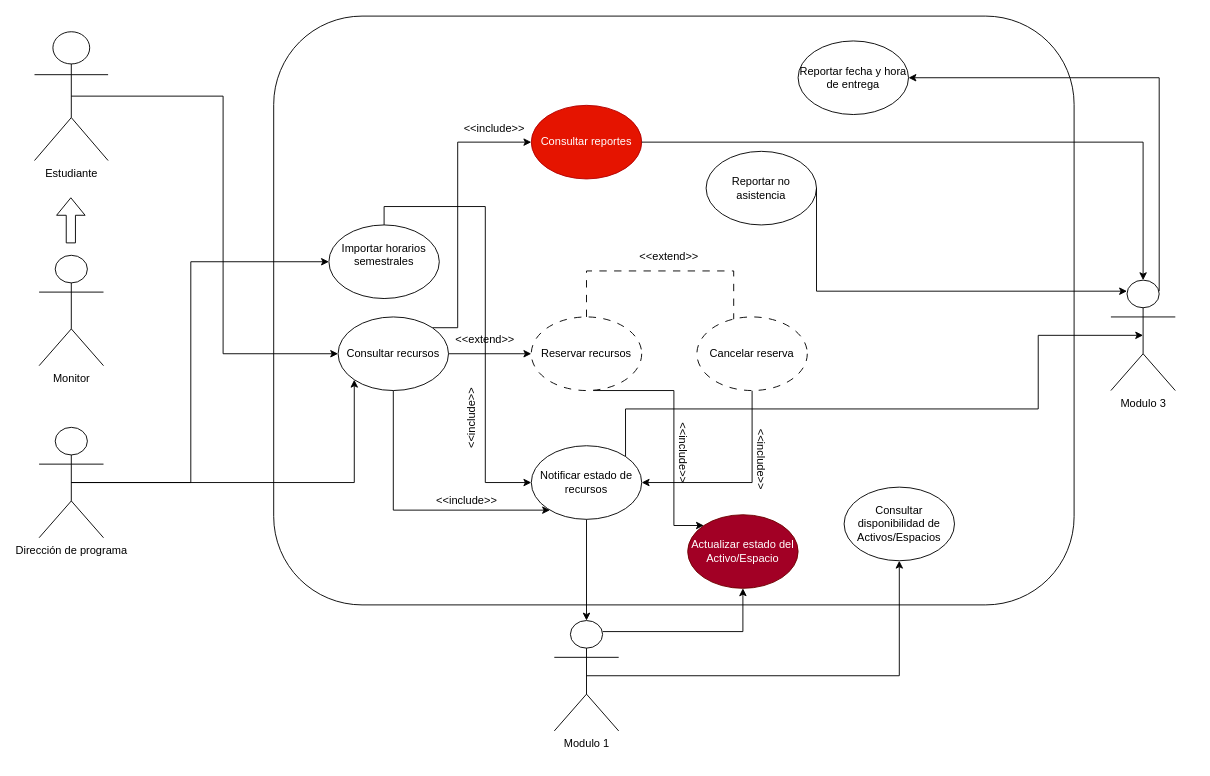
Above: docs/unimag.drawio in codigotpx/ReservasUnimag (draw.io), before the change. Source tidied: cells renumbered, new cells numbered last; positions are measured from the earlier drawing's top-left corner, leaving out a move shared by most shapes. Both pictures are drawn from the tidied source at 92%, with x=0, y=0 at pixel (34, 16).
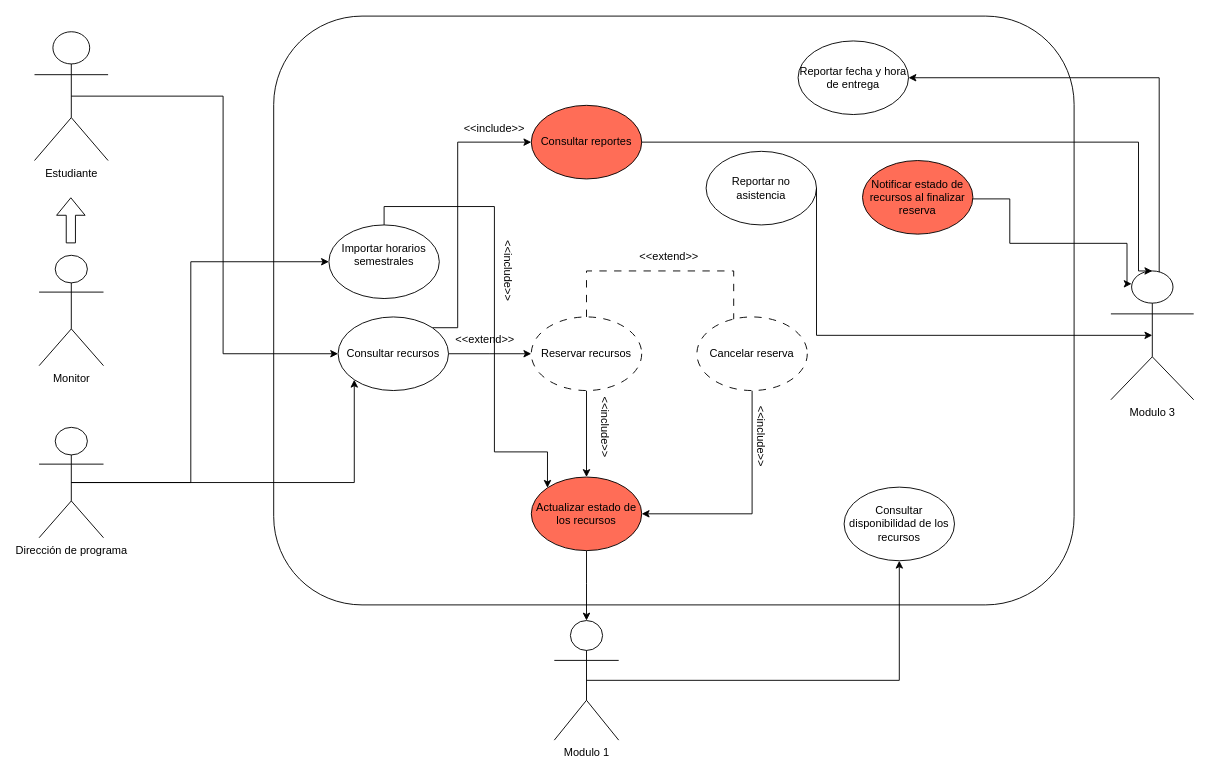
The same diagram, later.

Commit message (it also covers changes not shown here):
Use Case Diagram updated

Unchanged cells that the change refers to:
```xml
<mxCell id="6" value="Importar horarios semestrales&lt;div&gt;&lt;br&gt;&lt;/div&gt;" style="ellipse;whiteSpace=wrap;html=1;shapeInside=1;" parent="1" vertex="1">
  <mxGeometry x="320" y="227" width="120" height="80" as="geometry" />
</mxCell>
<mxCell id="10" value="Consultar recursos" style="ellipse;whiteSpace=wrap;html=1;shapeInside=1;" parent="1" vertex="1">
  <mxGeometry x="330" y="327" width="120" height="80" as="geometry" />
</mxCell>
<mxCell id="19" value="Cancelar reserva" style="ellipse;whiteSpace=wrap;html=1;shapeInside=1;dashed=1;dashPattern=8 8;" parent="1" vertex="1">
  <mxGeometry x="720" y="327" width="120" height="80" as="geometry" />
</mxCell>
<mxCell id="36" value="Reservar recursos" style="ellipse;whiteSpace=wrap;html=1;shapeInside=1;dashed=1;dashPattern=8 8;" parent="1" vertex="1">
  <mxGeometry x="540" y="327" width="120" height="80" as="geometry" />
</mxCell>
<mxCell id="37" value="Reportar no asistencia" style="ellipse;whiteSpace=wrap;html=1;shapeInside=1;" parent="1" vertex="1">
  <mxGeometry x="730" y="147" width="120" height="80" as="geometry" />
</mxCell>
```

What changed in the source:
```diff
@@
-    <mxCell id="5" style="edgeStyle=orthogonalEdgeStyle;rounded=0;jettySize=auto;html=1;exitX=0.5;exitY=0;exitDx=0;exitDy=0;entryX=0;entryY=0.5;entryDx=0;entryDy=0;" parent="1" edge="1" source="6" target="23">
-      <mxGeometry relative="1" as="geometry" />
-    </mxCell>
+    <mxCell id="43" style="edgeStyle=orthogonalEdgeStyle;rounded=0;jettySize=auto;html=1;exitX=0.5;exitY=0;exitDx=0;exitDy=0;entryX=0;entryY=0;entryDx=0;entryDy=0;" parent="1" edge="1" source="6" target="56">
+      <mxGeometry relative="1" as="geometry">
+        <Array as="points">
+          <mxPoint x="379.9" y="207" />
+          <mxPoint x="499.9" y="207" />
+          <mxPoint x="499.9" y="473.7" />
+        </Array>
+      </mxGeometry>
+    </mxCell>
@@
-    <mxCell id="7" style="edgeStyle=orthogonalEdgeStyle;rounded=0;jettySize=auto;html=1;exitX=1;exitY=0.5;exitDx=0;exitDy=0;entryX=0;entryY=0.5;entryDx=0;entryDy=0;" parent="1" edge="1" source="10">
-      <mxGeometry relative="1" as="geometry">
-        <mxPoint x="540" y="367" as="targetPoint" />
-      </mxGeometry>
-    </mxCell>
+    <mxCell id="44" style="edgeStyle=orthogonalEdgeStyle;rounded=0;jettySize=auto;html=1;exitX=1;exitY=0.5;exitDx=0;exitDy=0;entryX=0;entryY=0.5;entryDx=0;entryDy=0;" parent="1" edge="1" source="10">
+      <mxGeometry relative="1" as="geometry">
+        <mxPoint x="540" y="367" as="targetPoint" />
+      </mxGeometry>
+    </mxCell>
@@
-    <mxCell id="9" style="edgeStyle=orthogonalEdgeStyle;rounded=0;jettySize=auto;html=1;exitX=0.5;exitY=1;exitDx=0;exitDy=0;" parent="1" edge="1" source="10" target="23">
-      <mxGeometry relative="1" as="geometry">
-        <Array as="points">
-          <mxPoint x="390" y="537" />
-        </Array>
-      </mxGeometry>
-    </mxCell>
@@
-    <mxCell id="15" style="shape=flexArrow;endArrow=classic;html=1;rounded=0;" parent="1" edge="1">
-      <mxGeometry relative="1" as="geometry">
-        <mxPoint x="39.5" y="247" as="sourcePoint" />
-        <mxPoint x="39.5" y="197" as="targetPoint" />
-      </mxGeometry>
-    </mxCell>
-    <mxCell id="16" style="edgeStyle=orthogonalEdgeStyle;rounded=0;jettySize=auto;html=1;exitX=0.5;exitY=0;exitDx=0;exitDy=0;entryX=0;entryY=0.5;entryDx=0;entryDy=0;dashed=1;endArrow=classic;endFill=1;dashPattern=8 8;" parent="1" edge="1" target="19">
-      <mxGeometry relative="1" as="geometry">
-        <mxPoint x="600" y="327" as="sourcePoint" />
-        <Array as="points">
-          <mxPoint x="600" y="277" />
-          <mxPoint x="760" y="277" />
-          <mxPoint x="760" y="367" />
-        </Array>
-      </mxGeometry>
-    </mxCell>
+    <mxCell id="45" style="shape=flexArrow;endArrow=classic;html=1;rounded=0;" parent="1" edge="1">
+      <mxGeometry relative="1" as="geometry">
+        <mxPoint x="39.5" y="247" as="sourcePoint" />
+        <mxPoint x="39.5" y="197" as="targetPoint" />
+      </mxGeometry>
+    </mxCell>
+    <mxCell id="46" style="edgeStyle=orthogonalEdgeStyle;rounded=0;jettySize=auto;html=1;exitX=0.5;exitY=0;exitDx=0;exitDy=0;entryX=0;entryY=0.5;entryDx=0;entryDy=0;dashed=1;endArrow=classic;endFill=1;dashPattern=8 8;" parent="1" edge="1" target="19">
+      <mxGeometry relative="1" as="geometry">
+        <mxPoint x="600" y="327" as="sourcePoint" />
+        <Array as="points">
+          <mxPoint x="600" y="277" />
+          <mxPoint x="760" y="277" />
+          <mxPoint x="760" y="367" />
+        </Array>
+      </mxGeometry>
+    </mxCell>
@@
-    <mxCell id="18" style="edgeStyle=orthogonalEdgeStyle;rounded=0;jettySize=auto;html=1;exitX=0.5;exitY=1;exitDx=0;exitDy=0;entryX=1;entryY=0.5;entryDx=0;entryDy=0;" parent="1" edge="1" source="19" target="23">
-      <mxGeometry relative="1" as="geometry" />
-    </mxCell>
+    <mxCell id="47" style="edgeStyle=orthogonalEdgeStyle;rounded=0;jettySize=auto;html=1;exitX=0.5;exitY=1;exitDx=0;exitDy=0;entryX=1;entryY=0.5;entryDx=0;entryDy=0;" parent="1" edge="1" source="19" target="56">
+      <mxGeometry relative="1" as="geometry" />
+    </mxCell>
@@
-    <mxCell id="21" style="edgeStyle=orthogonalEdgeStyle;rounded=0;jettySize=auto;html=1;" parent="1" edge="1" source="23" target="26">
-      <mxGeometry relative="1" as="geometry" />
-    </mxCell>
-    <mxCell id="22" style="edgeStyle=orthogonalEdgeStyle;rounded=0;jettySize=auto;html=1;exitX=1;exitY=0;exitDx=0;exitDy=0;entryX=0.5;entryY=0.5;entryDx=0;entryDy=0;entryPerimeter=0;" parent="1" edge="1" source="23" target="31">
-      <mxGeometry relative="1" as="geometry">
-        <Array as="points">
-          <mxPoint x="642.4" y="427" />
-          <mxPoint x="1091" y="427" />
-          <mxPoint x="1091" y="347" />
-        </Array>
-      </mxGeometry>
-    </mxCell>
-    <mxCell id="23" value="&lt;span style=&quot;color: light-dark(rgb(0, 0, 0), rgb(0, 0, 0));&quot;&gt;Notificar estado de recursos&lt;/span&gt;" style="ellipse;whiteSpace=wrap;html=1;shapeInside=1;fillColor=light-dark(#FFFFFF,#FF9281);" parent="1" vertex="1">
-      <mxGeometry x="540" y="467" width="120" height="80" as="geometry" />
-    </mxCell>
-    <mxCell id="24" style="edgeStyle=orthogonalEdgeStyle;rounded=0;jettySize=auto;html=1;exitX=0.75;exitY=0.1;exitDx=0;exitDy=0;exitPerimeter=0;entryX=0.5;entryY=1;entryDx=0;entryDy=0;" parent="1" edge="1" source="26" target="41">
-      <mxGeometry relative="1" as="geometry" />
-    </mxCell>
-    <mxCell id="25" style="edgeStyle=orthogonalEdgeStyle;rounded=0;jettySize=auto;html=1;exitX=0.5;exitY=0.5;exitDx=0;exitDy=0;exitPerimeter=0;entryX=0.5;entryY=1;entryDx=0;entryDy=0;" parent="1" edge="1" source="26" target="40">
-      <mxGeometry relative="1" as="geometry" />
-    </mxCell>
+    <mxCell id="48" style="edgeStyle=orthogonalEdgeStyle;rounded=0;jettySize=auto;html=1;exitX=0.5;exitY=1;exitDx=0;exitDy=0;entryX=0.5;entryY=0;entryDx=0;entryDy=0;entryPerimeter=0;" parent="1" edge="1" source="56" target="26">
+      <mxGeometry relative="1" as="geometry">
+        <Array as="points">
+          <mxPoint x="599.9" y="617" />
+          <mxPoint x="599.9" y="617" />
+        </Array>
+      </mxGeometry>
+    </mxCell>
+    <mxCell id="49" style="edgeStyle=orthogonalEdgeStyle;rounded=0;jettySize=auto;html=1;exitX=1;exitY=0;exitDx=0;exitDy=0;entryX=0.25;entryY=0.1;entryDx=0;entryDy=0;entryPerimeter=0;" parent="1" edge="1" source="50" target="31">
+      <mxGeometry relative="1" as="geometry">
+        <Array as="points">
+          <mxPoint x="1002.4" y="198.7" />
+          <mxPoint x="1060.1" y="198.7" />
+          <mxPoint x="1060.1" y="247" />
+          <mxPoint x="1187.5" y="247" />
+        </Array>
+      </mxGeometry>
+    </mxCell>
+    <mxCell id="50" value="&lt;span style=&quot;color: light-dark(rgb(0, 0, 0), rgb(0, 0, 0));&quot;&gt;Notificar estado de recursos al finalizar reserva&lt;/span&gt;" style="ellipse;whiteSpace=wrap;html=1;shapeInside=1;fillColor=light-dark(#FF6D57,#DA6547);" parent="1" vertex="1">
+      <mxGeometry x="900" y="157" width="120" height="80" as="geometry" />
+    </mxCell>
+    <mxCell id="51" style="edgeStyle=orthogonalEdgeStyle;rounded=0;jettySize=auto;html=1;exitX=0.5;exitY=0.5;exitDx=0;exitDy=0;exitPerimeter=0;entryX=0.5;entryY=1;entryDx=0;entryDy=0;" parent="1" edge="1" source="26" target="55">
+      <mxGeometry relative="1" as="geometry" />
+    </mxCell>
     <mxCell id="26" value="Modulo 1" style="shape=umlActor;verticalLabelPosition=bottom;verticalAlign=top;html=1;outlineConnect=0;" parent="1" vertex="1">
-      <mxGeometry x="565" y="657" width="70" height="120" as="geometry" />
+      <mxGeometry x="565" y="657" width="70" height="130" as="geometry" />
     </mxCell>
-    <mxCell id="27" value="&amp;lt;&amp;lt;include&amp;gt;&amp;gt;" style="text;html=1;whiteSpace=wrap;strokeColor=none;fillColor=none;align=center;verticalAlign=middle;rounded=0;rotation=90;" parent="1" vertex="1">
-      <mxGeometry x="760" y="467" width="60" height="30" as="geometry" />
-    </mxCell>
-    <mxCell id="28" value="&amp;lt;&amp;lt;include&amp;gt;&amp;gt;" style="text;html=1;whiteSpace=wrap;strokeColor=none;fillColor=none;align=center;verticalAlign=middle;rounded=0;rotation=-90;" parent="1" vertex="1">
-      <mxGeometry x="445" y="422" width="60" height="30" as="geometry" />
-    </mxCell>
-    <mxCell id="29" style="edgeStyle=orthogonalEdgeStyle;rounded=0;jettySize=auto;html=1;exitX=1;exitY=1;exitDx=0;exitDy=0;entryX=0;entryY=0;entryDx=0;entryDy=0;" parent="1" edge="1" target="41">
-      <mxGeometry relative="1" as="geometry">
-        <mxPoint x="607.4" y="407" as="sourcePoint" />
-        <Array as="points">
-          <mxPoint x="695" y="407" />
-          <mxPoint x="695" y="553.7" />
-        </Array>
-      </mxGeometry>
-    </mxCell>
+    <mxCell id="52" value="&amp;lt;&amp;lt;include&amp;gt;&amp;gt;" style="text;html=1;whiteSpace=wrap;strokeColor=none;fillColor=none;align=center;verticalAlign=middle;rounded=0;rotation=90;" parent="1" vertex="1">
+      <mxGeometry x="760" y="442" width="60" height="30" as="geometry" />
+    </mxCell>
+    <mxCell id="53" value="&amp;lt;&amp;lt;include&amp;gt;&amp;gt;" style="text;html=1;whiteSpace=wrap;strokeColor=none;fillColor=none;align=center;verticalAlign=middle;rounded=0;rotation=90;" parent="1" vertex="1">
+      <mxGeometry x="485" y="262" width="60" height="30" as="geometry" />
+    </mxCell>
@@
     <mxCell id="31" value="Modulo 3&lt;div&gt;&lt;br&gt;&lt;/div&gt;" style="shape=umlActor;verticalLabelPosition=bottom;verticalAlign=top;html=1;outlineConnect=0;" parent="1" vertex="1">
-      <mxGeometry x="1170" y="287" width="70" height="120" as="geometry" />
+      <mxGeometry x="1170" y="277" width="90" height="140" as="geometry" />
     </mxCell>
-    <mxCell id="32" value="Consultar reportes" style="ellipse;whiteSpace=wrap;html=1;shapeInside=1;fillColor=#e51400;fontColor=#ffffff;strokeColor=#B20000;" parent="1" vertex="1">
+    <mxCell id="32" value="&lt;span&gt;Consultar reportes&lt;/span&gt;" style="ellipse;whiteSpace=wrap;html=1;shapeInside=1;fillColor=light-dark(#FF6D57,#DA6547);fontColor=light-dark(#000000,#000000);strokeColor=default;" parent="1" vertex="1">
       <mxGeometry x="540" y="97" width="120" height="80" as="geometry" />
     </mxCell>
@@
     <mxCell id="34" style="edgeStyle=orthogonalEdgeStyle;rounded=0;jettySize=auto;html=1;exitX=1;exitY=0.5;exitDx=0;exitDy=0;entryX=0.5;entryY=0;entryDx=0;entryDy=0;entryPerimeter=0;" parent="1" edge="1" source="32" target="31">
-      <mxGeometry relative="1" as="geometry" />
+      <mxGeometry relative="1" as="geometry">
+        <Array as="points">
+          <mxPoint x="1200" y="137.1" />
+          <mxPoint x="1200" y="277.1" />
+        </Array>
+      </mxGeometry>
     </mxCell>
-    <mxCell id="35" value="&amp;lt;&amp;lt;include&amp;gt;&amp;gt;" style="text;html=1;whiteSpace=wrap;strokeColor=none;fillColor=none;align=center;verticalAlign=middle;rounded=0;" parent="1" vertex="1">
-      <mxGeometry x="440" y="512" width="60" height="30" as="geometry" />
-    </mxCell>
+    <mxCell id="54" style="edgeStyle=orthogonalEdgeStyle;rounded=0;jettySize=auto;html=1;exitX=0.5;exitY=1;exitDx=0;exitDy=0;" parent="1" edge="1" source="36" target="56">
+      <mxGeometry relative="1" as="geometry" />
+    </mxCell>
@@
-    <mxCell id="38" style="edgeStyle=orthogonalEdgeStyle;rounded=0;jettySize=auto;html=1;exitX=1;exitY=0.5;exitDx=0;exitDy=0;entryX=0.25;entryY=0.1;entryDx=0;entryDy=0;entryPerimeter=0;" parent="1" edge="1" source="37" target="31">
+    <mxCell id="38" style="edgeStyle=orthogonalEdgeStyle;rounded=0;jettySize=auto;html=1;exitX=1;exitY=0.5;exitDx=0;exitDy=0;entryX=0.5;entryY=0.5;entryDx=0;entryDy=0;entryPerimeter=0;" parent="1" edge="1" source="37" target="31">
       <mxGeometry relative="1" as="geometry">
         <Array as="points">
-          <mxPoint x="850.1" y="299" />
+          <mxPoint x="850.1" y="347" />
         </Array>
       </mxGeometry>
     </mxCell>
@@
-    <mxCell id="40" value="Consultar disponibilidad de Activos/Espacios" style="ellipse;whiteSpace=wrap;html=1;shapeInside=1;" parent="1" vertex="1">
-      <mxGeometry x="880" y="512" width="120" height="80" as="geometry" />
-    </mxCell>
-    <mxCell id="41" value="Actualizar estado del Activo/Espacio" style="ellipse;whiteSpace=wrap;html=1;shapeInside=1;fillColor=light-dark(#A20025,#FF9281);fontColor=#ffffff;strokeColor=#6F0000;" parent="1" vertex="1">
-      <mxGeometry x="710" y="542" width="120" height="80" as="geometry" />
-    </mxCell>
-    <mxCell id="42" value="&amp;lt;&amp;lt;include&amp;gt;&amp;gt;" style="text;html=1;whiteSpace=wrap;strokeColor=none;fillColor=none;align=center;verticalAlign=middle;rounded=0;rotation=90;" parent="1" vertex="1">
-      <mxGeometry x="675" y="460" width="60" height="30" as="geometry" />
-    </mxCell>
+    <mxCell id="55" value="Consultar disponibilidad de los recursos" style="ellipse;whiteSpace=wrap;html=1;shapeInside=1;" parent="1" vertex="1">
+      <mxGeometry x="880" y="512" width="120" height="80" as="geometry" />
+    </mxCell>
+    <mxCell id="56" value="Actualizar estado de los recursos" style="ellipse;whiteSpace=wrap;html=1;shapeInside=1;fillColor=light-dark(#FF6D57,#DA6547);fontColor=light-dark(#000000,#000000);strokeColor=default;" parent="1" vertex="1">
+      <mxGeometry x="540" y="501" width="120" height="80" as="geometry" />
+    </mxCell>
+    <mxCell id="57" value="&amp;lt;&amp;lt;include&amp;gt;&amp;gt;" style="text;html=1;whiteSpace=wrap;strokeColor=none;fillColor=none;align=center;verticalAlign=middle;rounded=0;rotation=90;" parent="1" vertex="1">
+      <mxGeometry x="590" y="432" width="60" height="30" as="geometry" />
+    </mxCell>
```
